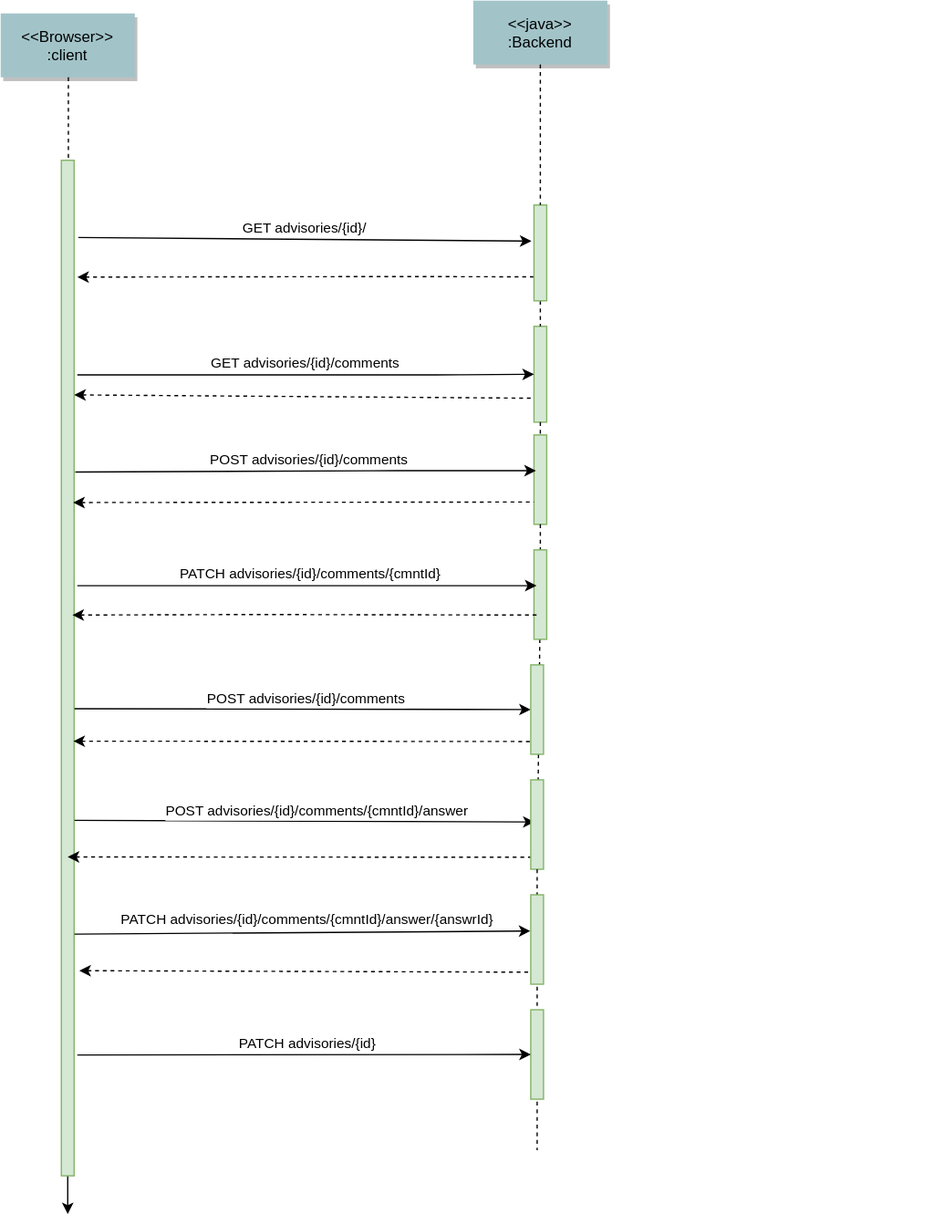
This is documents/WorkflowComments.drawio.svg from secvisogram/csaf-cms-backend, a draw.io export, as it was before one commit. Source tidied: cells renumbered, new cells last; positions are measured from the earlier drawing's top-left corner, leaving out a move shared by most shapes.
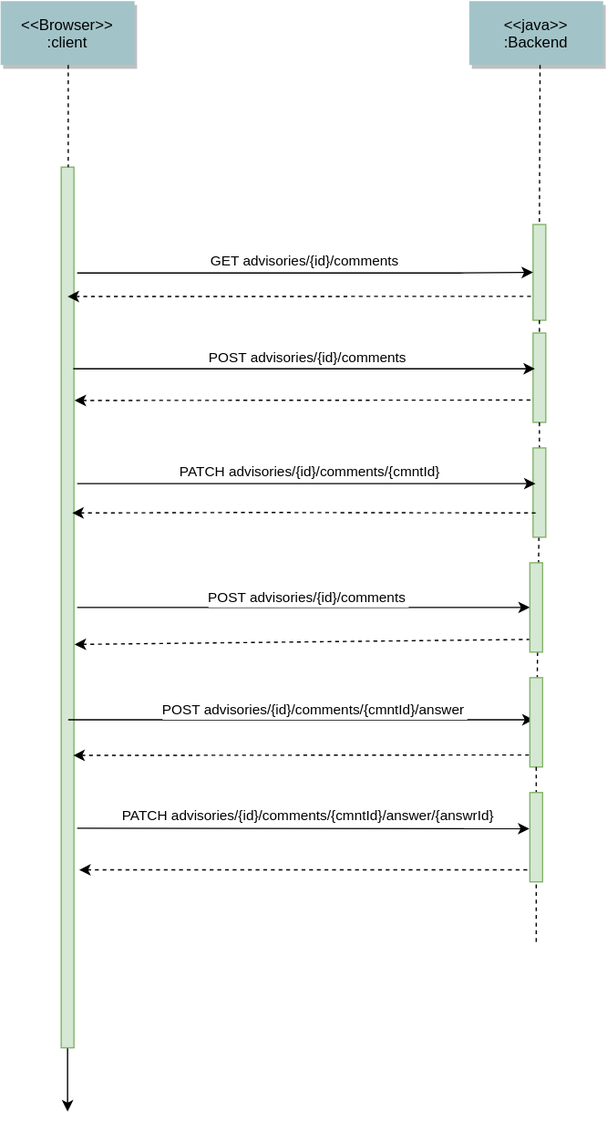
Above is the later version.

Commit message:
docs(architecture-decisions): adjust documentation on comments

Change to the diagram source:
```diff
@@ -8,20 +8,17 @@
       </mxGeometry>
     </mxCell>
     <mxCell id="3" style="fillColor=#d5e8d4;strokeColor=#82b366;" parent="1" vertex="1">
-      <mxGeometry x="47.5" y="125" width="10" height="795" as="geometry" />
+      <mxGeometry x="47.5" y="210" width="10" height="690" as="geometry" />
     </mxCell>
     <mxCell id="4" value="&lt;&lt;Browser&gt;&gt;&#10;:client" style="shadow=1;fillColor=#A2C4C9;strokeColor=none;" parent="1" vertex="1">
-      <mxGeometry y="10" width="105" height="50" as="geometry" />
+      <mxGeometry y="80" width="105" height="50" as="geometry" />
     </mxCell>
     <mxCell id="5" style="fillColor=#d5e8d4;strokeColor=#82b366;" parent="1" vertex="1">
       <mxGeometry x="417.5" y="255" width="10" height="75" as="geometry" />
     </mxCell>
     <mxCell id="6" value="&lt;&lt;java&gt;&gt;&#10;:Backend" style="shadow=1;fillColor=#A2C4C9;strokeColor=none;" parent="1" vertex="1">
-      <mxGeometry x="370" width="105" height="50" as="geometry" />
+      <mxGeometry x="367.5" y="80" width="105" height="50" as="geometry" />
     </mxCell>
-    <mxCell id="7" style="edgeStyle=none;endArrow=none;dashed=1;startArrow=none;" parent="1" edge="1" source="21" target="5">
-      <mxGeometry x="337.3" y="165" as="geometry" />
-    </mxCell>
     <mxCell id="8" value="GET advisories/{id}/comments" style="edgeStyle=none;verticalLabelPosition=top;verticalAlign=bottom;entryX=0;entryY=0.5;entryDx=0;entryDy=0;" parent="1" edge="1" target="5">
       <mxGeometry x="220" y="92" as="geometry">
         <mxPoint x="60" y="293" as="sourcePoint" />
@@ -30,16 +27,16 @@
         </Array>
       </mxGeometry>
     </mxCell>
-    <mxCell id="9" style="edgeStyle=none;verticalLabelPosition=top;verticalAlign=bottom;endArrow=none;startArrow=classic;dashed=1;entryX=0;entryY=0.75;entryDx=0;entryDy=0;exitX=1.01;exitY=0.231;exitDx=0;exitDy=0;exitPerimeter=0;" parent="1" edge="1" source="3" target="5">
+    <mxCell id="9" style="edgeStyle=none;verticalLabelPosition=top;verticalAlign=bottom;endArrow=none;startArrow=classic;dashed=1;entryX=0;entryY=0.75;entryDx=0;entryDy=0;exitX=0.5;exitY=0.147;exitDx=0;exitDy=0;exitPerimeter=0;" parent="1" edge="1" source="3" target="5">
       <mxGeometry x="220" y="147.5" as="geometry" />
     </mxCell>
     <mxCell id="10" style="edgeStyle=elbowEdgeStyle;elbow=horizontal;endArrow=none;dashed=1;" parent="1" edge="1" source="4" target="3">
       <mxGeometry x="107.5" y="310" as="geometry" />
     </mxCell>
-    <mxCell id="11" style="edgeStyle=none;endArrow=none;dashed=1;startArrow=none;entryX=0.5;entryY=1;entryDx=0;entryDy=0;" parent="1" edge="1">
+    <mxCell id="11" style="edgeStyle=none;endArrow=none;dashed=1;startArrow=none;" parent="1" edge="1">
       <mxGeometry x="441.6" y="339.7" as="geometry">
         <mxPoint x="420" y="760" as="sourcePoint" />
-        <mxPoint x="420" y="900" as="targetPoint" />
+        <mxPoint x="420" y="820" as="targetPoint" />
       </mxGeometry>
     </mxCell>
     <mxCell id="12" style="fillColor=#d5e8d4;strokeColor=#82b366;" parent="1" vertex="1">
@@ -48,7 +45,7 @@
     <mxCell id="13" style="edgeStyle=none;endArrow=none;dashed=1;" parent="1" edge="1" source="5" target="12">
       <mxGeometry x="441.6" y="339.7" as="geometry" />
     </mxCell>
-    <mxCell id="14" value="POST advisories/{id}/comments" style="edgeStyle=none;verticalLabelPosition=top;verticalAlign=bottom;entryX=0.15;entryY=0.4;entryDx=0;entryDy=0;entryPerimeter=0;exitX=1.09;exitY=0.307;exitDx=0;exitDy=0;exitPerimeter=0;" parent="1" edge="1" source="3" target="12">
+    <mxCell id="14" value="POST advisories/{id}/comments" style="edgeStyle=none;verticalLabelPosition=top;verticalAlign=bottom;entryX=0.15;entryY=0.4;entryDx=0;entryDy=0;entryPerimeter=0;exitX=0.95;exitY=0.229;exitDx=0;exitDy=0;exitPerimeter=0;" parent="1" edge="1" source="3" target="12">
       <mxGeometry as="geometry">
         <Array as="points">
           <mxPoint x="300" y="368" />
@@ -56,42 +53,21 @@
         <mxPoint x="3" as="offset" />
       </mxGeometry>
     </mxCell>
-    <mxCell id="15" style="group;" parent="1" vertex="1">
-      <mxGeometry x="180" y="790" width="557.5" height="70" as="geometry" />
-    </mxCell>
-    <mxCell id="16" style="fillColor=#d5e8d4;strokeColor=#82b366;" parent="15" vertex="1">
-      <mxGeometry x="235" width="10" height="70" as="geometry" />
-    </mxCell>
-    <mxCell id="17" value="POST advisories/{id}/comments" style="edgeStyle=none;verticalLabelPosition=top;verticalAlign=bottom;fontStyle=0;entryX=0;entryY=0.5;entryDx=0;entryDy=0;exitX=1.035;exitY=0.54;exitDx=0;exitDy=0;exitPerimeter=0;" parent="1" edge="1" source="3" target="30">
+    <mxCell id="17" value="POST advisories/{id}/comments" style="edgeStyle=none;verticalLabelPosition=top;verticalAlign=bottom;fontStyle=0;entryX=0;entryY=0.5;entryDx=0;entryDy=0;" parent="1" edge="1" target="30">
       <mxGeometry as="geometry">
+        <mxPoint x="60" y="555" as="sourcePoint" />
         <mxPoint x="3" y="1" as="offset" />
       </mxGeometry>
     </mxCell>
-    <mxCell id="18" value="PATCH advisories/{id}" style="edgeStyle=none;verticalLabelPosition=top;verticalAlign=bottom;entryX=0;entryY=0.5;entryDx=0;entryDy=0;exitX=1.25;exitY=0.881;exitDx=0;exitDy=0;exitPerimeter=0;" parent="1" edge="1" source="3" target="16">
-      <mxGeometry x="7.5" y="290" as="geometry">
-        <mxPoint x="3" as="offset" />
-      </mxGeometry>
-    </mxCell>
-    <mxCell id="19" value="GET advisories/{id}/" style="edgeStyle=none;verticalLabelPosition=top;verticalAlign=bottom;entryX=-0.198;entryY=0.377;entryDx=0;entryDy=0;entryPerimeter=0;exitX=1.33;exitY=0.076;exitDx=0;exitDy=0;exitPerimeter=0;" parent="1" edge="1" source="3" target="21">
-      <mxGeometry x="222.5" y="22.5" as="geometry" />
-    </mxCell>
-    <mxCell id="20" style="edgeStyle=none;verticalLabelPosition=top;verticalAlign=bottom;endArrow=none;startArrow=classic;dashed=1;entryX=0;entryY=0.75;entryDx=0;entryDy=0;exitX=1.25;exitY=0.115;exitDx=0;exitDy=0;exitPerimeter=0;" parent="1" edge="1" source="3" target="21">
-      <mxGeometry x="220" y="52.5" as="geometry">
-        <Array as="points">
-          <mxPoint x="320" y="216" />
-        </Array>
-      </mxGeometry>
-    </mxCell>
-    <mxCell id="21" style="fillColor=#d5e8d4;strokeColor=#82b366;" parent="1" vertex="1">
-      <mxGeometry x="417.5" y="160" width="10" height="75" as="geometry" />
-    </mxCell>
-    <mxCell id="22" style="edgeStyle=none;endArrow=none;dashed=1;" parent="1" edge="1" source="6" target="21">
-      <mxGeometry x="337.3" y="165" as="geometry" />
+    <mxCell id="22" style="edgeStyle=none;endArrow=none;dashed=1;entryX=0.5;entryY=0;entryDx=0;entryDy=0;" parent="1" edge="1" target="5">
+      <mxGeometry x="337.3" y="165" as="geometry">
+        <mxPoint x="423" y="130" as="sourcePoint" />
+      </mxGeometry>
     </mxCell>
-    <mxCell id="23" style="edgeStyle=none;verticalLabelPosition=top;verticalAlign=bottom;endArrow=none;startArrow=classic;dashed=1;entryX=0;entryY=0.75;entryDx=0;entryDy=0;exitX=0.93;exitY=0.337;exitDx=0;exitDy=0;exitPerimeter=0;" parent="1" edge="1" source="3" target="12">
+    <mxCell id="23" style="edgeStyle=none;verticalLabelPosition=top;verticalAlign=bottom;endArrow=none;startArrow=classic;dashed=1;entryX=0;entryY=0.75;entryDx=0;entryDy=0;exitX=1.05;exitY=0.265;exitDx=0;exitDy=0;exitPerimeter=0;" parent="1" edge="1" source="3" target="12">
       <mxGeometry x="222.5" y="232.5" as="geometry" />
     </mxCell>
-    <mxCell id="24" style="edgeStyle=none;verticalLabelPosition=top;verticalAlign=bottom;endArrow=none;startArrow=classic;dashed=1;exitX=0.941;exitY=0.572;exitDx=0;exitDy=0;exitPerimeter=0;" parent="1" edge="1" source="3">
+    <mxCell id="24" style="edgeStyle=none;verticalLabelPosition=top;verticalAlign=bottom;endArrow=none;startArrow=classic;dashed=1;exitX=1.05;exitY=0.542;exitDx=0;exitDy=0;exitPerimeter=0;" parent="1" edge="1" source="3">
       <mxGeometry x="222.5" y="420" as="geometry">
         <mxPoint x="420" y="580" as="targetPoint" />
       </mxGeometry>
@@ -99,13 +75,14 @@
     <mxCell id="25" style="edgeStyle=none;endArrow=none;dashed=1;startArrow=none;entryX=0.5;entryY=1;entryDx=0;entryDy=0;" parent="1" edge="1" source="32" target="29">
       <mxGeometry x="441.6" y="339.7" as="geometry" />
     </mxCell>
-    <mxCell id="26" value="POST advisories/{id}/comments/{cmntId}/answer" style="edgeStyle=none;verticalLabelPosition=top;verticalAlign=bottom;fontStyle=0;exitX=1.03;exitY=0.65;exitDx=0;exitDy=0;exitPerimeter=0;" parent="1" edge="1" source="3">
+    <mxCell id="26" value="POST advisories/{id}/comments/{cmntId}/answer" style="edgeStyle=none;verticalLabelPosition=top;verticalAlign=bottom;fontStyle=0;" parent="1" edge="1">
       <mxGeometry as="geometry">
+        <mxPoint x="53" y="643" as="sourcePoint" />
         <mxPoint x="418" y="643" as="targetPoint" />
         <mxPoint x="10" y="1" as="offset" />
       </mxGeometry>
     </mxCell>
-    <mxCell id="27" style="edgeStyle=none;verticalLabelPosition=top;verticalAlign=bottom;endArrow=none;startArrow=classic;dashed=1;entryX=0.2;entryY=0.9;entryDx=0;entryDy=0;entryPerimeter=0;exitX=0.5;exitY=0.686;exitDx=0;exitDy=0;exitPerimeter=0;" parent="1" edge="1" source="3">
+    <mxCell id="27" style="edgeStyle=none;verticalLabelPosition=top;verticalAlign=bottom;endArrow=none;startArrow=classic;dashed=1;entryX=0.2;entryY=0.9;entryDx=0;entryDy=0;entryPerimeter=0;exitX=0.95;exitY=0.668;exitDx=0;exitDy=0;exitPerimeter=0;" parent="1" edge="1" source="3">
       <mxGeometry x="223" y="507.6" as="geometry">
         <mxPoint x="417.5" y="670.6" as="targetPoint" />
       </mxGeometry>
@@ -127,8 +104,9 @@
     <mxCell id="32" style="fillColor=#d5e8d4;strokeColor=#82b366;" parent="1" vertex="1">
       <mxGeometry x="417.5" y="430" width="10" height="70" as="geometry" />
     </mxCell>
-    <mxCell id="33" value="PATCH advisories/{id}/comments/{cmntId}/answer/{answrId}" style="edgeStyle=none;verticalLabelPosition=top;verticalAlign=bottom;fontStyle=0;entryX=-0.029;entryY=0.405;entryDx=0;entryDy=0;exitX=1.035;exitY=0.762;exitDx=0;exitDy=0;entryPerimeter=0;exitPerimeter=0;" parent="1" edge="1" source="3" target="35">
+    <mxCell id="33" value="PATCH advisories/{id}/comments/{cmntId}/answer/{answrId}" style="edgeStyle=none;verticalLabelPosition=top;verticalAlign=bottom;fontStyle=0;entryX=-0.029;entryY=0.405;entryDx=0;entryDy=0;entryPerimeter=0;" parent="1" edge="1" target="35">
       <mxGeometry as="geometry">
+        <mxPoint x="60" y="728" as="sourcePoint" />
         <mxPoint x="4" y="-1" as="offset" />
       </mxGeometry>
     </mxCell>
```
